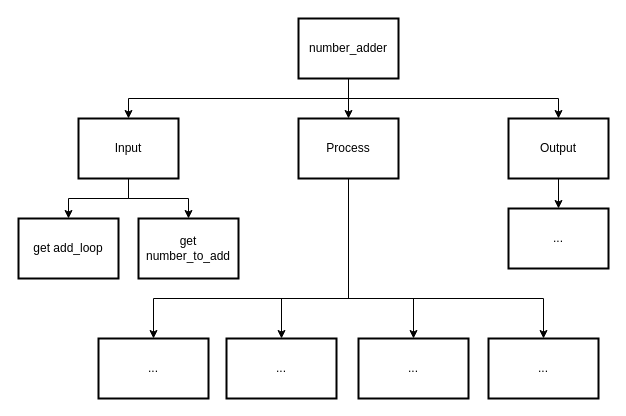
Earlier version of the draw.io diagram drawio/topDownDesign/topDownDesign.drawio (Aidan-Lalonde-Novales/ICS3U-Unit4-05-Python). Source tidied: cells renumbered, new cells numbered last; positions are measured from the earlier drawing's top-left corner, leaving out a move shared by most shapes. Both pictures are drawn from the tidied source at 100%, with x=0, y=0 at pixel (18, 18).
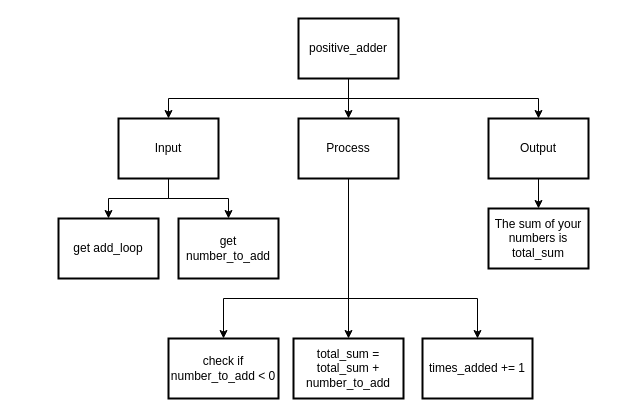
The same diagram, later.

The change refers to these unchanged cells:
```xml
<mxCell id="6" value="Process" style="rounded=0;whiteSpace=wrap;html=1;absoluteArcSize=1;arcSize=14;strokeWidth=2;" parent="1" vertex="1">
  <mxGeometry x="280" y="100" width="100" height="60" as="geometry" />
</mxCell>
```

What changed in the source:
```diff
@@
     <mxCell id="2" style="edgeStyle=none;rounded=0;html=1;exitX=0.5;exitY=1;exitDx=0;exitDy=0;entryX=0.5;entryY=0;entryDx=0;entryDy=0;" parent="1" edge="1" source="6" target="18">
       <mxGeometry relative="1" as="geometry">
         <Array as="points">
           <mxPoint x="330" y="280" />
-          <mxPoint x="135" y="280" />
+          <mxPoint x="205" y="280" />
         </Array>
       </mxGeometry>
     </mxCell>
     <mxCell id="3" style="edgeStyle=none;rounded=0;html=1;exitX=0.5;exitY=1;exitDx=0;exitDy=0;entryX=0.5;entryY=0;entryDx=0;entryDy=0;" parent="1" edge="1" source="6" target="19">
       <mxGeometry relative="1" as="geometry">
         <Array as="points">
           <mxPoint x="330" y="280" />
-          <mxPoint x="263" y="280" />
         </Array>
       </mxGeometry>
     </mxCell>
     <mxCell id="4" style="edgeStyle=none;html=1;exitX=0.5;exitY=1;exitDx=0;exitDy=0;entryX=0.5;entryY=0;entryDx=0;entryDy=0;rounded=0;" parent="1" edge="1" source="6" target="20">
       <mxGeometry relative="1" as="geometry">
         <Array as="points">
           <mxPoint x="330" y="280" />
-          <mxPoint x="395" y="280" />
+          <mxPoint x="459" y="280" />
         </Array>
       </mxGeometry>
     </mxCell>
-    <mxCell id="5" style="edgeStyle=none;html=1;exitX=0.5;exitY=1;exitDx=0;exitDy=0;entryX=0.5;entryY=0;entryDx=0;entryDy=0;rounded=0;" parent="1" edge="1" source="6" target="21">
-      <mxGeometry relative="1" as="geometry">
-        <Array as="points">
-          <mxPoint x="330" y="280" />
-          <mxPoint x="525" y="280" />
-        </Array>
-      </mxGeometry>
-    </mxCell>
@@
     <mxCell id="7" style="edgeStyle=none;html=1;exitX=0.5;exitY=1;exitDx=0;exitDy=0;entryX=0.5;entryY=0;entryDx=0;entryDy=0;rounded=0;" parent="1" edge="1" source="10" target="13">
       <mxGeometry relative="1" as="geometry">
         <Array as="points">
           <mxPoint x="330" y="80" />
-          <mxPoint x="110" y="80" />
+          <mxPoint x="150" y="80" />
         </Array>
       </mxGeometry>
     </mxCell>
@@
     <mxCell id="9" style="edgeStyle=none;rounded=0;html=1;exitX=0.5;exitY=1;exitDx=0;exitDy=0;entryX=0.5;entryY=0;entryDx=0;entryDy=0;" parent="1" edge="1" source="10" target="15">
       <mxGeometry relative="1" as="geometry">
         <Array as="points">
           <mxPoint x="330" y="80" />
-          <mxPoint x="540" y="80" />
+          <mxPoint x="520" y="80" />
         </Array>
       </mxGeometry>
     </mxCell>
-    <mxCell id="10" value="number_adder" style="rounded=0;whiteSpace=wrap;html=1;absoluteArcSize=1;arcSize=14;strokeWidth=2;" parent="1" vertex="1">
+    <mxCell id="10" value="positive_adder" style="rounded=0;whiteSpace=wrap;html=1;absoluteArcSize=1;arcSize=14;strokeWidth=2;" parent="1" vertex="1">
       <mxGeometry x="280" width="100" height="60" as="geometry" />
     </mxCell>
     <mxCell id="11" style="edgeStyle=none;rounded=0;html=1;exitX=0.5;exitY=1;exitDx=0;exitDy=0;entryX=0.5;entryY=0;entryDx=0;entryDy=0;" parent="1" edge="1" source="13" target="16">
       <mxGeometry relative="1" as="geometry">
         <Array as="points">
-          <mxPoint x="110" y="180" />
-          <mxPoint x="50" y="180" />
+          <mxPoint x="150" y="180" />
+          <mxPoint x="90" y="180" />
         </Array>
       </mxGeometry>
     </mxCell>
     <mxCell id="12" style="edgeStyle=none;rounded=0;html=1;exitX=0.5;exitY=1;exitDx=0;exitDy=0;entryX=0.5;entryY=0;entryDx=0;entryDy=0;" parent="1" edge="1" source="13" target="22">
       <mxGeometry relative="1" as="geometry">
         <Array as="points">
-          <mxPoint x="110" y="180" />
-          <mxPoint x="170" y="180" />
+          <mxPoint x="150" y="180" />
+          <mxPoint x="210" y="180" />
         </Array>
       </mxGeometry>
     </mxCell>
     <mxCell id="13" value="Input" style="rounded=0;whiteSpace=wrap;html=1;absoluteArcSize=1;arcSize=14;strokeWidth=2;" parent="1" vertex="1">
-      <mxGeometry x="60" y="100" width="100" height="60" as="geometry" />
+      <mxGeometry x="100" y="100" width="100" height="60" as="geometry" />
     </mxCell>
@@
     <mxCell id="15" value="Output" style="rounded=0;whiteSpace=wrap;html=1;absoluteArcSize=1;arcSize=14;strokeWidth=2;" parent="1" vertex="1">
-      <mxGeometry x="490" y="100" width="100" height="60" as="geometry" />
+      <mxGeometry x="470" y="100" width="100" height="60" as="geometry" />
     </mxCell>
     <mxCell id="16" value="get add_loop" style="rounded=0;whiteSpace=wrap;html=1;absoluteArcSize=1;arcSize=14;strokeWidth=2;" parent="1" vertex="1">
-      <mxGeometry y="200" width="100" height="60" as="geometry" />
+      <mxGeometry x="40" y="200" width="100" height="60" as="geometry" />
     </mxCell>
-    <mxCell id="17" value="..." style="rounded=0;whiteSpace=wrap;html=1;absoluteArcSize=1;arcSize=14;strokeWidth=2;" parent="1" vertex="1">
-      <mxGeometry x="490" y="190" width="100" height="60" as="geometry" />
+    <mxCell id="17" value="The sum of your numbers is total_sum" style="rounded=0;whiteSpace=wrap;html=1;absoluteArcSize=1;arcSize=14;strokeWidth=2;" parent="1" vertex="1">
+      <mxGeometry x="470" y="190" width="100" height="60" as="geometry" />
     </mxCell>
-    <mxCell id="18" value="..." style="rounded=0;whiteSpace=wrap;html=1;absoluteArcSize=1;arcSize=14;strokeWidth=2;" parent="1" vertex="1">
-      <mxGeometry x="80" y="320" width="110" height="60" as="geometry" />
+    <mxCell id="18" value="check if number_to_add &amp;lt; 0" style="rounded=0;whiteSpace=wrap;html=1;absoluteArcSize=1;arcSize=14;strokeWidth=2;" parent="1" vertex="1">
+      <mxGeometry x="150" y="320" width="110" height="60" as="geometry" />
     </mxCell>
-    <mxCell id="19" value="..." style="rounded=0;whiteSpace=wrap;html=1;absoluteArcSize=1;arcSize=14;strokeWidth=2;" parent="1" vertex="1">
-      <mxGeometry x="208" y="320" width="110" height="60" as="geometry" />
+    <mxCell id="19" value="total_sum = total_sum + number_to_add" style="rounded=0;whiteSpace=wrap;html=1;absoluteArcSize=1;arcSize=14;strokeWidth=2;" parent="1" vertex="1">
+      <mxGeometry x="275" y="320" width="110" height="60" as="geometry" />
     </mxCell>
-    <mxCell id="20" value="..." style="rounded=0;whiteSpace=wrap;html=1;absoluteArcSize=1;arcSize=14;strokeWidth=2;" parent="1" vertex="1">
-      <mxGeometry x="340" y="320" width="110" height="60" as="geometry" />
+    <mxCell id="20" value="times_added += 1" style="rounded=0;whiteSpace=wrap;html=1;absoluteArcSize=1;arcSize=14;strokeWidth=2;" parent="1" vertex="1">
+      <mxGeometry x="404" y="320" width="110" height="60" as="geometry" />
     </mxCell>
-    <mxCell id="21" value="..." style="rounded=0;whiteSpace=wrap;html=1;absoluteArcSize=1;arcSize=14;strokeWidth=2;" parent="1" vertex="1">
-      <mxGeometry x="470" y="320" width="110" height="60" as="geometry" />
-    </mxCell>
     <mxCell id="22" value="get number_to_add" style="rounded=0;whiteSpace=wrap;html=1;absoluteArcSize=1;arcSize=14;strokeWidth=2;" parent="1" vertex="1">
-      <mxGeometry x="120" y="200" width="100" height="60" as="geometry" />
+      <mxGeometry x="160" y="200" width="100" height="60" as="geometry" />
     </mxCell>
```
